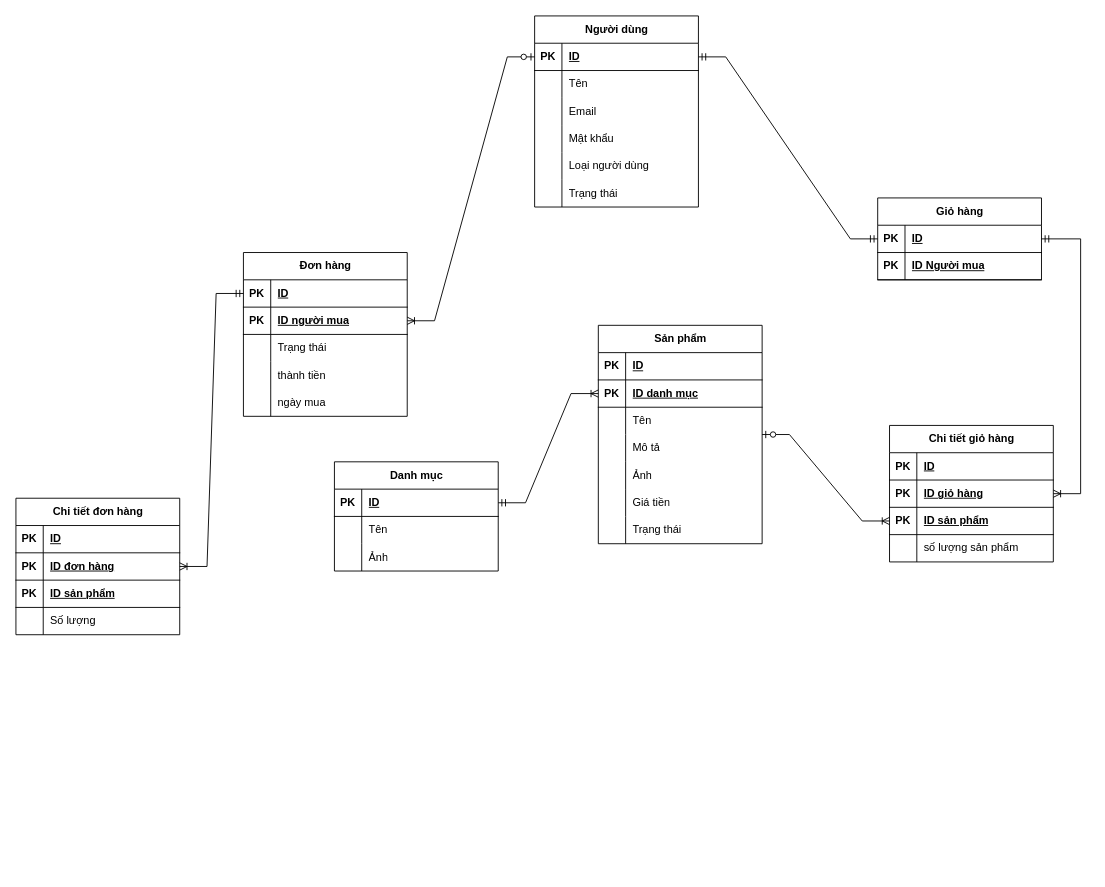
This is page "ERD" (3 of 3) of ShopAppDiagram.drawio from vanhuyhvh2k4/ShopApp_Spring_MVC, a draw.io file, before an edit. Source tidied: cells renumbered, new cells numbered last; positions are measured from the earlier drawing's top-left corner, leaving out a move shared by most shapes. Both pictures are drawn from the tidied source at 91%, with x=0, y=0 at pixel (15, 15).
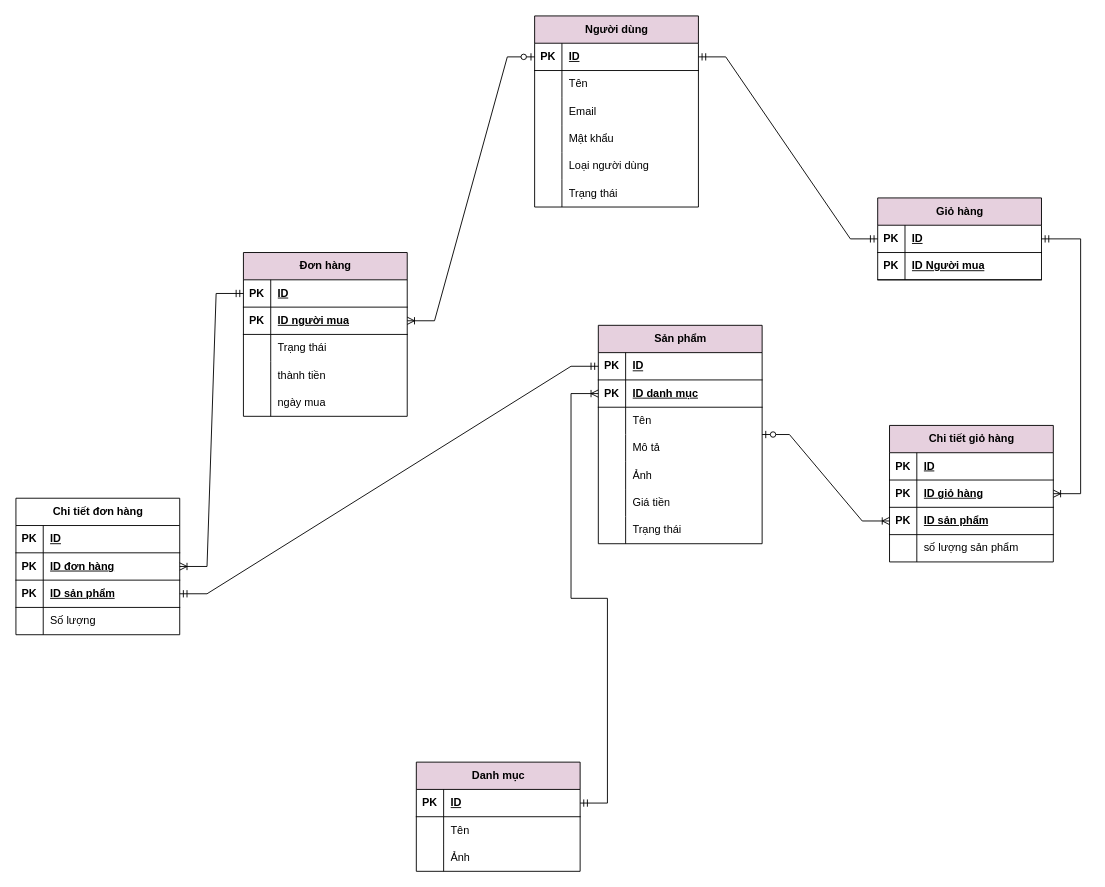
Above is the later version.

The change refers to these unchanged cells:
```xml
<mxCell id="22" style="shape=tableRow;horizontal=0;startSize=0;swimlaneHead=0;swimlaneBody=0;fillColor=none;points=[[0,0.5],[1,0.5]];portConstraint=eastwest;top=0;left=0;right=0;bottom=1;" parent="21" vertex="1">
  <mxGeometry y="30" width="180" height="30" as="geometry" />
</mxCell>
<mxCell id="96" style="shape=tableRow;horizontal=0;startSize=0;swimlaneHead=0;swimlaneBody=0;fillColor=none;points=[[0,0.5],[1,0.5]];portConstraint=eastwest;top=0;left=0;right=0;bottom=1;" parent="89" vertex="1">
  <mxGeometry y="90" width="180" height="30" as="geometry" />
</mxCell>
```

The edit, as a diff of the source:
```diff
@@
-    <mxCell id="2" value="Người dùng" style="shape=table;startSize=30;childLayout=tableLayout;rowLines=0;fontStyle=1;align=center;html=1;" parent="1" vertex="1">
+    <mxCell id="2" value="Người dùng" style="shape=table;startSize=30;childLayout=tableLayout;rowLines=0;fontStyle=1;align=center;html=1;fillColor=#E6D0DE;" parent="1" vertex="1">
       <mxGeometry x="570" width="180" height="210" as="geometry" />
     </mxCell>
@@
-    <mxCell id="21" value="Sản phẩm" style="shape=table;startSize=30;childLayout=tableLayout;rowLines=0;fontStyle=1;align=center;html=1;" parent="1" vertex="1">
+    <mxCell id="21" value="Sản phẩm" style="shape=table;startSize=30;childLayout=tableLayout;rowLines=0;fontStyle=1;align=center;html=1;fillColor=#E6D0DE;" parent="1" vertex="1">
       <mxGeometry x="640" y="340" width="180" height="240" as="geometry" />
     </mxCell>
@@
-    <mxCell id="43" value="Danh mục" style="shape=table;startSize=30;childLayout=tableLayout;rowLines=0;fontStyle=1;align=center;html=1;" parent="1" vertex="1">
-      <mxGeometry x="350" y="490" width="180" height="120" as="geometry" />
+    <mxCell id="43" value="Danh mục" style="shape=table;startSize=30;childLayout=tableLayout;rowLines=0;fontStyle=1;align=center;html=1;fillColor=#E6D0DE;" parent="1" vertex="1">
+      <mxGeometry x="440" y="820" width="180" height="120" as="geometry" />
     </mxCell>
@@
-    <mxCell id="53" value="Đơn hàng" style="shape=table;startSize=30;childLayout=tableLayout;rowLines=0;fontStyle=1;align=center;html=1;" parent="1" vertex="1">
+    <mxCell id="53" value="Đơn hàng" style="shape=table;startSize=30;childLayout=tableLayout;rowLines=0;fontStyle=1;align=center;html=1;fillColor=#E6D0DE;" parent="1" vertex="1">
       <mxGeometry x="250" y="260" width="180" height="180" as="geometry" />
     </mxCell>
@@
-    <mxCell id="69" value="Giỏ hàng" style="shape=table;startSize=30;childLayout=tableLayout;rowLines=0;fontStyle=1;align=center;html=1;" parent="1" vertex="1">
+    <mxCell id="69" value="Giỏ hàng" style="shape=table;startSize=30;childLayout=tableLayout;rowLines=0;fontStyle=1;align=center;html=1;fillColor=#E6D0DE;" parent="1" vertex="1">
       <mxGeometry x="947" y="200" width="180" height="90" as="geometry" />
     </mxCell>
@@
-    <mxCell id="76" value="Chi tiết giỏ hàng" style="shape=table;startSize=30;childLayout=tableLayout;rowLines=0;fontStyle=1;align=center;html=1;" parent="1" vertex="1">
+    <mxCell id="76" value="Chi tiết giỏ hàng" style="shape=table;startSize=30;childLayout=tableLayout;rowLines=0;fontStyle=1;align=center;html=1;fillColor=#E6D0DE;" parent="1" vertex="1">
       <mxGeometry x="960" y="450" width="180" height="150" as="geometry" />
     </mxCell>
@@
+    <mxCell id="108" style="edgeStyle=entityRelationEdgeStyle;fontSize=12;html=1;endArrow=ERmandOne;startArrow=ERmandOne;rounded=0;" parent="1" edge="1" source="96" target="22">
+      <mxGeometry relative="1" as="geometry" />
+    </mxCell>
```
